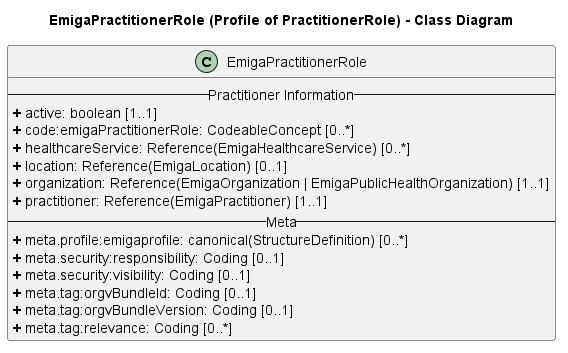
Above: rki.emiga.vzd/guides/implementationguides.vzd/PlantUML/PNGs/PractitionerRole.png in robert-koch-institut/rki.emiga.vzd (PlantUML), before the change.
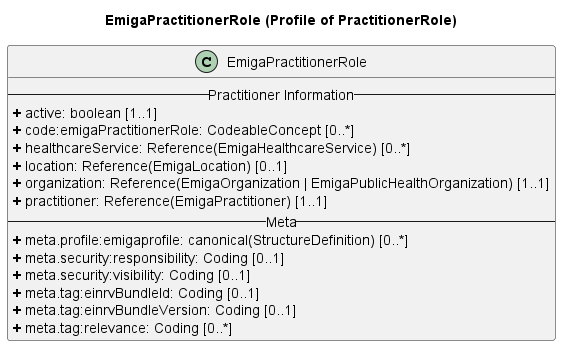
After the commit.

The edit, as a diff of the source:
```diff
@@ -1,7 +1,7 @@
 @startuml
 skinparam linetype ortho
 
-title EmigaPractitionerRole (Profile of PractitionerRole) - Class Diagram
+title EmigaPractitionerRole (Profile of PractitionerRole)
 
 class EmigaPractitionerRole{
 -- Practitioner Information --
@@ -15,8 +15,9 @@
 <b>+</b> meta.profile:emigaprofile: canonical(StructureDefinition) [0..*]
 <b>+</b> meta.security:responsibility: Coding [0..1]
 <b>+</b> meta.security:visibility: Coding [0..1]
-<b>+</b> meta.tag:orgvBundleId: Coding [0..1]
-<b>+</b> meta.tag:orgvBundleVersion: Coding [0..1]
+<b>+</b> meta.tag:einrvBundleId: Coding [0..1]
+<b>+</b> meta.tag:einrvBundleVersion: Coding [0..1]
 <b>+</b> meta.tag:relevance: Coding [0..*]
 }
+
 @enduml
```
